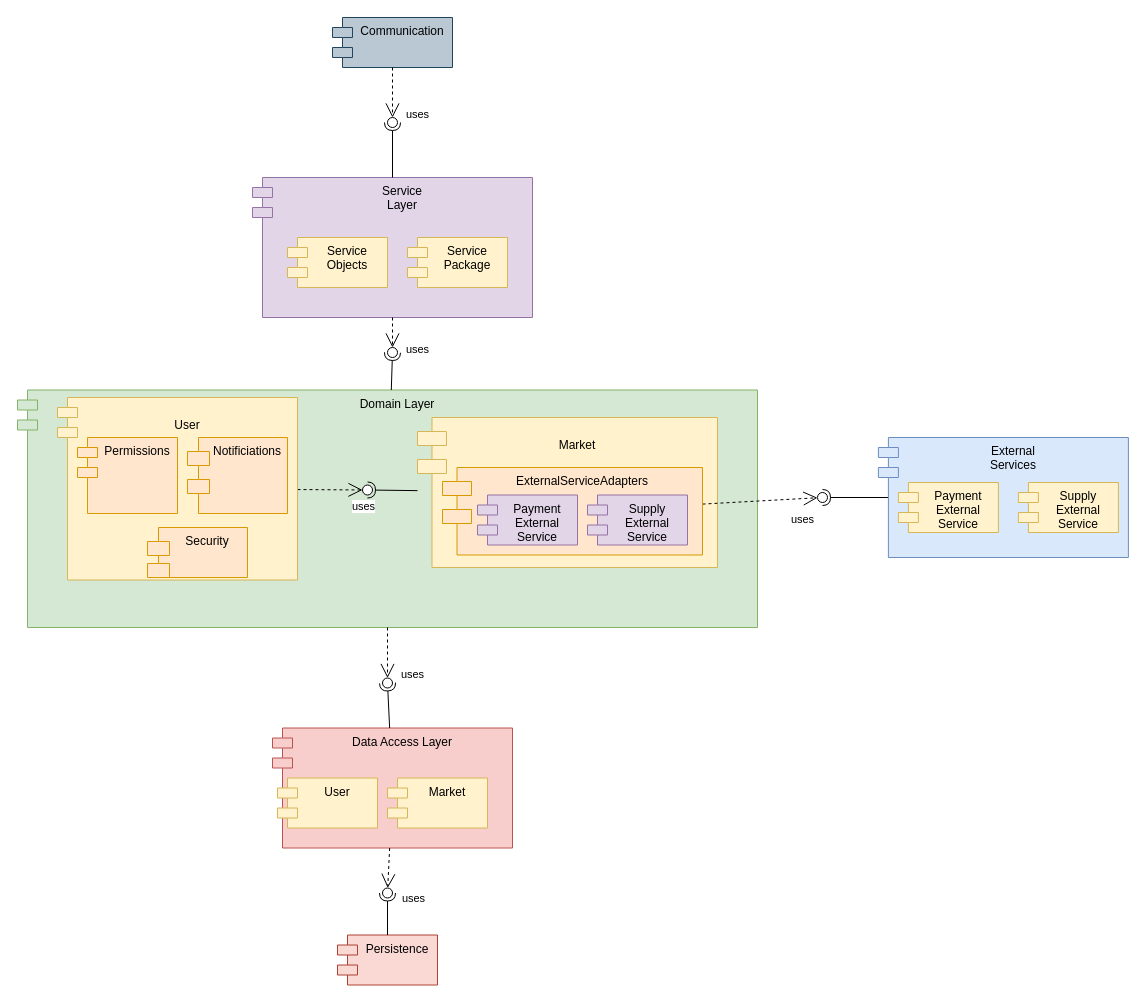
This is page "Component Diagram" (2 of 2) of Workshop.drawio from itaitzruia4/Workshop, a draw.io file, before an edit. Source tidied: cells renumbered, new cells numbered last; positions are measured from the earlier drawing's top-left corner, leaving out a move shared by most shapes. Both pictures are drawn from the tidied source at 100%, with x=0, y=0 at pixel (17, 17).
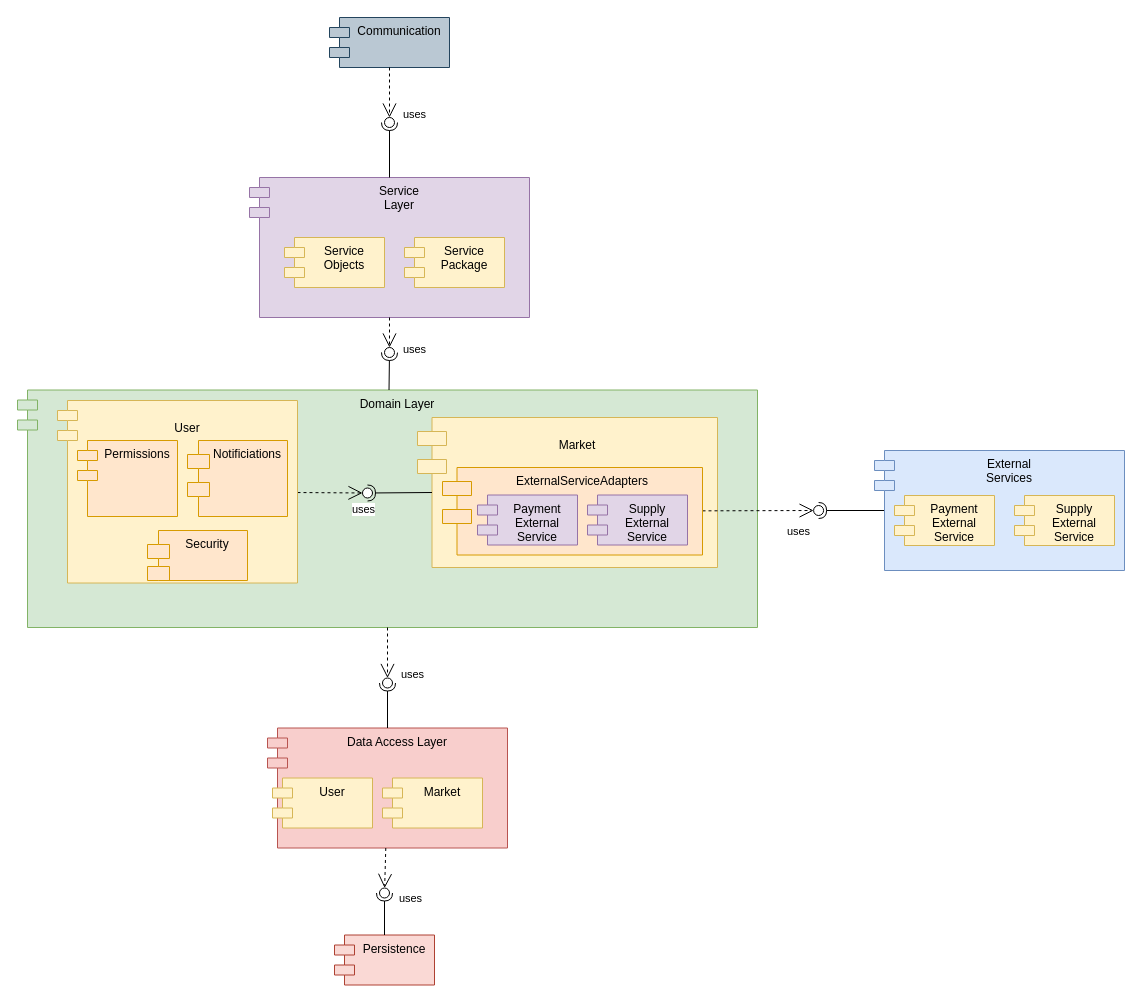
The same page after the edit.

Unchanged cells that the change refers to:
```xml
<mxCell id="4" value="&#10;Market" style="shape=module;align=left;spacingLeft=20;align=center;verticalAlign=top;fillColor=#fff2cc;strokeColor=#d6b656;jettyWidth=29;jettyHeight=14;" parent="1" vertex="1">
  <mxGeometry x="400" y="400" width="300" height="150" as="geometry" />
</mxCell>
```

Change to the diagram source:
```diff
@@
     <mxCell id="3" value="Data Access Layer" style="shape=module;align=left;spacingLeft=20;align=center;verticalAlign=top;fillColor=#f8cecc;strokeColor=#b85450;" parent="1" vertex="1">
-      <mxGeometry x="255" y="710.5" width="240" height="120" as="geometry" />
+      <mxGeometry x="250" y="710.5" width="240" height="120" as="geometry" />
     </mxCell>
@@
     <mxCell id="5" value="Service&#10;Layer" style="shape=module;align=left;spacingLeft=20;align=center;verticalAlign=top;fillColor=#e1d5e7;strokeColor=#9673a6;" parent="1" vertex="1">
-      <mxGeometry x="235" y="160" width="280" height="140" as="geometry" />
+      <mxGeometry x="232" y="160" width="280" height="140" as="geometry" />
     </mxCell>
     <mxCell id="6" value="Persistence" style="shape=module;align=left;spacingLeft=20;align=center;verticalAlign=top;fillColor=#fad9d5;strokeColor=#ae4132;" parent="1" vertex="1">
-      <mxGeometry x="320" y="917.5" width="100" height="50" as="geometry" />
+      <mxGeometry x="317" y="917.5" width="100" height="50" as="geometry" />
     </mxCell>
@@
     <mxCell id="8" style="ellipse;whiteSpace=wrap;html=1;align=center;points=[];outlineConnect=0;sketch=0;" parent="1" vertex="1">
-      <mxGeometry x="370" y="330" width="10" height="10" as="geometry" />
+      <mxGeometry x="367" y="330" width="10" height="10" as="geometry" />
     </mxCell>
@@
     <mxCell id="11" value="Market" style="shape=module;align=left;spacingLeft=20;align=center;verticalAlign=top;fillColor=#fff2cc;strokeColor=#d6b656;" parent="1" vertex="1">
-      <mxGeometry x="370" y="760.5" width="100" height="50" as="geometry" />
+      <mxGeometry x="365" y="760.5" width="100" height="50" as="geometry" />
     </mxCell>
     <mxCell id="12" value="User" style="shape=module;align=left;spacingLeft=20;align=center;verticalAlign=top;fillColor=#fff2cc;strokeColor=#d6b656;" parent="1" vertex="1">
-      <mxGeometry x="260" y="760.5" width="100" height="50" as="geometry" />
+      <mxGeometry x="255" y="760.5" width="100" height="50" as="geometry" />
     </mxCell>
     <mxCell id="13" value="Communication" style="shape=module;align=left;spacingLeft=20;align=center;verticalAlign=top;fillColor=#bac8d3;strokeColor=#23445d;" parent="1" vertex="1">
-      <mxGeometry x="315" width="120" height="50" as="geometry" />
+      <mxGeometry x="312" width="120" height="50" as="geometry" />
     </mxCell>
@@
     <mxCell id="15" style="ellipse;whiteSpace=wrap;html=1;align=center;points=[];outlineConnect=0;sketch=0;" parent="1" vertex="1">
-      <mxGeometry x="370" y="100" width="10" height="10" as="geometry" />
+      <mxGeometry x="367" y="100" width="10" height="10" as="geometry" />
     </mxCell>
@@
     <mxCell id="23" style="ellipse;whiteSpace=wrap;html=1;align=center;points=[];outlineConnect=0;sketch=0;" parent="1" vertex="1">
-      <mxGeometry x="800" y="475" width="10" height="10" as="geometry" />
+      <mxGeometry x="796.1" y="488" width="10" height="10" as="geometry" />
     </mxCell>
@@
     <mxCell id="27" style="ellipse;whiteSpace=wrap;html=1;align=center;points=[];outlineConnect=0;sketch=0;" parent="1" vertex="1">
-      <mxGeometry x="365" y="870.5" width="10" height="10" as="geometry" />
+      <mxGeometry x="362" y="870.5" width="10" height="10" as="geometry" />
     </mxCell>
@@
     <mxCell id="30" value="Service&#10;Objects" style="shape=module;align=left;spacingLeft=20;align=center;verticalAlign=top;fillColor=#fff2cc;strokeColor=#d6b656;" parent="1" vertex="1">
-      <mxGeometry x="270" y="220" width="100" height="50" as="geometry" />
+      <mxGeometry x="267" y="220" width="100" height="50" as="geometry" />
     </mxCell>
     <mxCell id="31" value="Service&#10;Package" style="shape=module;align=left;spacingLeft=20;align=center;verticalAlign=top;fillColor=#fff2cc;strokeColor=#d6b656;" parent="1" vertex="1">
-      <mxGeometry x="390" y="220" width="100" height="50" as="geometry" />
+      <mxGeometry x="387" y="220" width="100" height="50" as="geometry" />
     </mxCell>
-    <mxCell id="32" style="rounded=0;jettySize=auto;html=1;endArrow=halfCircle;endFill=0;entryX=0.5;entryY=0.5;endSize=6;strokeWidth=1;sketch=0;" parent="1" edge="1" source="4" target="33">
+    <mxCell id="32" style="rounded=0;jettySize=auto;html=1;endArrow=halfCircle;endFill=0;entryX=0.5;entryY=0.5;endSize=6;strokeWidth=1;sketch=0;exitX=0;exitY=0.5;exitDx=14.5;exitDy=0;exitPerimeter=0;" parent="1" edge="1" source="4" target="33">
       <mxGeometry relative="1" as="geometry" />
     </mxCell>
     <mxCell id="33" style="ellipse;whiteSpace=wrap;html=1;align=center;points=[];outlineConnect=0;sketch=0;" parent="1" vertex="1">
-      <mxGeometry x="345" y="467.5" width="10" height="10" as="geometry" />
+      <mxGeometry x="345" y="470.5" width="10" height="10" as="geometry" />
     </mxCell>
@@
     <mxCell id="40" style="group;" parent="1" vertex="1">
-      <mxGeometry x="40" y="380" width="240" height="182.5" as="geometry" />
+      <mxGeometry x="40" y="383" width="240" height="182.5" as="geometry" />
     </mxCell>
@@
     <mxCell id="45" style="group;" parent="1" vertex="1">
-      <mxGeometry x="860.9" y="420" width="250" height="120" as="geometry" />
+      <mxGeometry x="857" y="433" width="250" height="120" as="geometry" />
     </mxCell>
```
